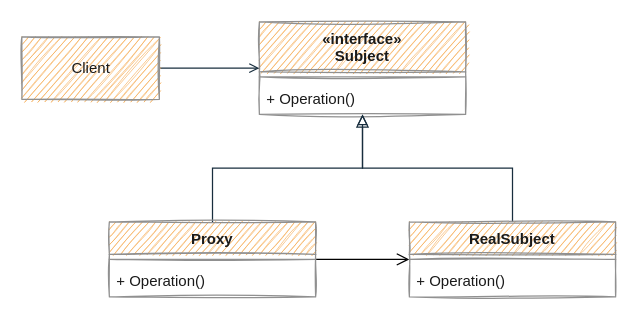
Earlier version of the draw.io diagram page "Proxy" (4 of 5) of images/design pattern class diagram.drawio (Yu-Qiao-Hong/Yu-Qiao-Hong.github.io). Source tidied: cells renumbered, new cells numbered last; positions are measured from the earlier drawing's top-left corner, leaving out a move shared by most shapes. Both pictures are drawn from the tidied source at 125%, with x=0, y=0 at pixel (21, 21).
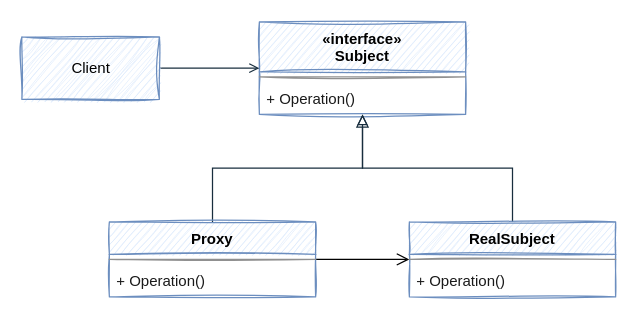
Above is the later version.

The edit, as a diff of the source:
```diff
@@
 <mxGraphModel>
   <root>
     <mxCell id="0" />
     <mxCell id="1" parent="0" />
-    <mxCell id="2" value="«interface»&#10;Subject" style="swimlane;fontStyle=1;align=center;verticalAlign=top;horizontal=1;startSize=40;rounded=0;sketch=1;fillColor=#F5AB50;strokeColor=#909090;fontColor=#1A1A1A;" parent="1" vertex="1">
+    <mxCell id="2" value="«interface»&#10;Subject" style="swimlane;fontStyle=1;align=center;verticalAlign=top;horizontal=1;startSize=40;rounded=0;sketch=1;fillColor=#dae8fc;strokeColor=#6c8ebf;fontColor=default;" parent="1" vertex="1">
       <mxGeometry x="190" width="165" height="74" as="geometry" />
     </mxCell>
     <mxCell id="3" style="line;strokeWidth=1;fillColor=none;align=left;verticalAlign=middle;spacingTop=-1;spacingLeft=3;spacingRight=3;labelPosition=right;rounded=0;sketch=1;labelBackgroundColor=#EEEEEE;strokeColor=#909090;fontColor=#1A1A1A;" parent="2" vertex="1">
       <mxGeometry y="40" width="165" height="8" as="geometry" />
     </mxCell>
     <mxCell id="4" value="+ Operation()" style="text;strokeColor=none;fillColor=none;align=left;verticalAlign=top;spacingLeft=4;spacingRight=4;overflow=hidden;rounded=0;sketch=1;fontColor=#1A1A1A;" parent="2" vertex="1">
       <mxGeometry y="48" width="165" height="26" as="geometry" />
     </mxCell>
     <mxCell id="5" style="edgeStyle=orthogonalEdgeStyle;rounded=0;jettySize=auto;html=1;endArrow=block;endFill=0;labelBackgroundColor=#EEEEEE;strokeColor=#182E3E;fontColor=#1A1A1A;" parent="1" edge="1" source="7" target="2">
       <mxGeometry relative="1" as="geometry" />
     </mxCell>
     <mxCell id="6" style="edgeStyle=orthogonalEdgeStyle;rounded=0;jettySize=auto;html=1;fontSize=12;startSize=8;endSize=8;endArrow=open;endFill=0;" parent="1" edge="1" source="7" target="13">
       <mxGeometry relative="1" as="geometry" />
     </mxCell>
-    <mxCell id="7" value="Proxy" style="swimlane;fontStyle=1;align=center;verticalAlign=top;horizontal=1;startSize=26;rounded=0;sketch=1;fillColor=#F5AB50;strokeColor=#909090;fontColor=#1A1A1A;" parent="1" vertex="1">
+    <mxCell id="7" value="Proxy" style="swimlane;fontStyle=1;align=center;verticalAlign=top;horizontal=1;startSize=26;rounded=0;sketch=1;fillColor=#dae8fc;strokeColor=#6c8ebf;fontColor=default;" parent="1" vertex="1">
       <mxGeometry x="70" y="160" width="165" height="60" as="geometry" />
     </mxCell>
     <mxCell id="8" style="line;strokeWidth=1;fillColor=none;align=left;verticalAlign=middle;spacingTop=-1;spacingLeft=3;spacingRight=3;labelPosition=right;rounded=0;sketch=1;labelBackgroundColor=#EEEEEE;strokeColor=#909090;fontColor=#1A1A1A;" parent="7" vertex="1">
       <mxGeometry y="26" width="165" height="8" as="geometry" />
     </mxCell>
     <mxCell id="9" value="+ Operation()" style="text;strokeColor=none;fillColor=none;align=left;verticalAlign=top;spacingLeft=4;spacingRight=4;overflow=hidden;rounded=0;sketch=1;fontColor=#1A1A1A;" parent="7" vertex="1">
       <mxGeometry y="34" width="165" height="26" as="geometry" />
     </mxCell>
     <mxCell id="10" style="edgeStyle=orthogonalEdgeStyle;rounded=0;jettySize=auto;html=1;startArrow=none;startFill=0;endArrow=open;endFill=0;labelBackgroundColor=#EEEEEE;strokeColor=#182E3E;fontColor=#1A1A1A;" parent="1" edge="1" source="11" target="2">
       <mxGeometry relative="1" as="geometry" />
     </mxCell>
-    <mxCell id="11" value="Client" style="html=1;rounded=0;sketch=1;fillColor=#F5AB50;strokeColor=#909090;fontColor=#1A1A1A;" parent="1" vertex="1">
+    <mxCell id="11" value="Client" style="html=1;rounded=0;sketch=1;fillColor=#dae8fc;strokeColor=#6c8ebf;fontColor=default;curveFitting=1;jiggle=2;" parent="1" vertex="1">
       <mxGeometry y="12" width="110" height="50" as="geometry" />
     </mxCell>
     <mxCell id="12" style="edgeStyle=orthogonalEdgeStyle;rounded=0;jettySize=auto;html=1;fontSize=11;startSize=8;endSize=8;labelBackgroundColor=#EEEEEE;endArrow=block;strokeColor=#182E3E;fontColor=#1A1A1A;endFill=0;" parent="1" edge="1" source="13" target="2">
       <mxGeometry relative="1" as="geometry" />
     </mxCell>
-    <mxCell id="13" value="RealSubject" style="swimlane;fontStyle=1;align=center;verticalAlign=top;horizontal=1;startSize=26;rounded=0;sketch=1;fillColor=#F5AB50;strokeColor=#909090;fontColor=#1A1A1A;" parent="1" vertex="1">
+    <mxCell id="13" value="RealSubject" style="swimlane;fontStyle=1;align=center;verticalAlign=top;horizontal=1;startSize=26;rounded=0;sketch=1;fillColor=#dae8fc;strokeColor=#6c8ebf;fontColor=default;" parent="1" vertex="1">
       <mxGeometry x="310" y="160" width="165" height="60" as="geometry" />
     </mxCell>
     <mxCell id="14" style="line;strokeWidth=1;fillColor=none;align=left;verticalAlign=middle;spacingTop=-1;spacingLeft=3;spacingRight=3;labelPosition=right;rounded=0;sketch=1;labelBackgroundColor=#EEEEEE;strokeColor=#909090;fontColor=#1A1A1A;" parent="13" vertex="1">
       <mxGeometry y="26" width="165" height="8" as="geometry" />
     </mxCell>
     <mxCell id="15" value="+ Operation()" style="text;strokeColor=none;fillColor=none;align=left;verticalAlign=top;spacingLeft=4;spacingRight=4;overflow=hidden;rounded=0;sketch=1;fontColor=#1A1A1A;" parent="13" vertex="1">
       <mxGeometry y="34" width="165" height="26" as="geometry" />
     </mxCell>
   </root>
 </mxGraphModel>
```
